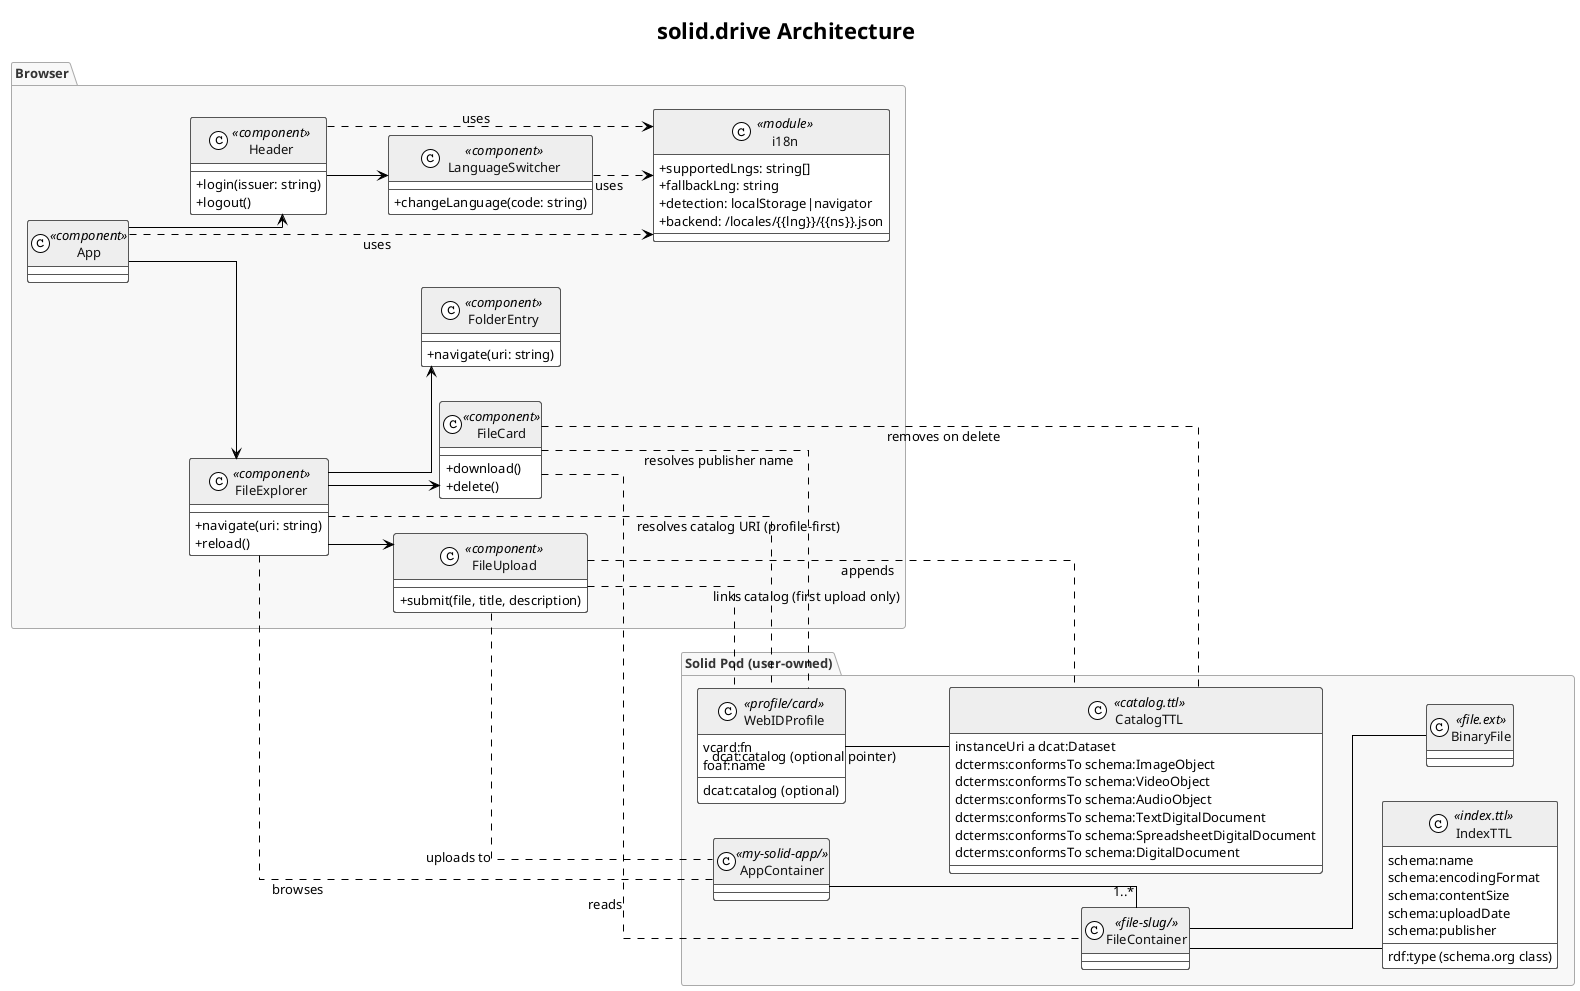
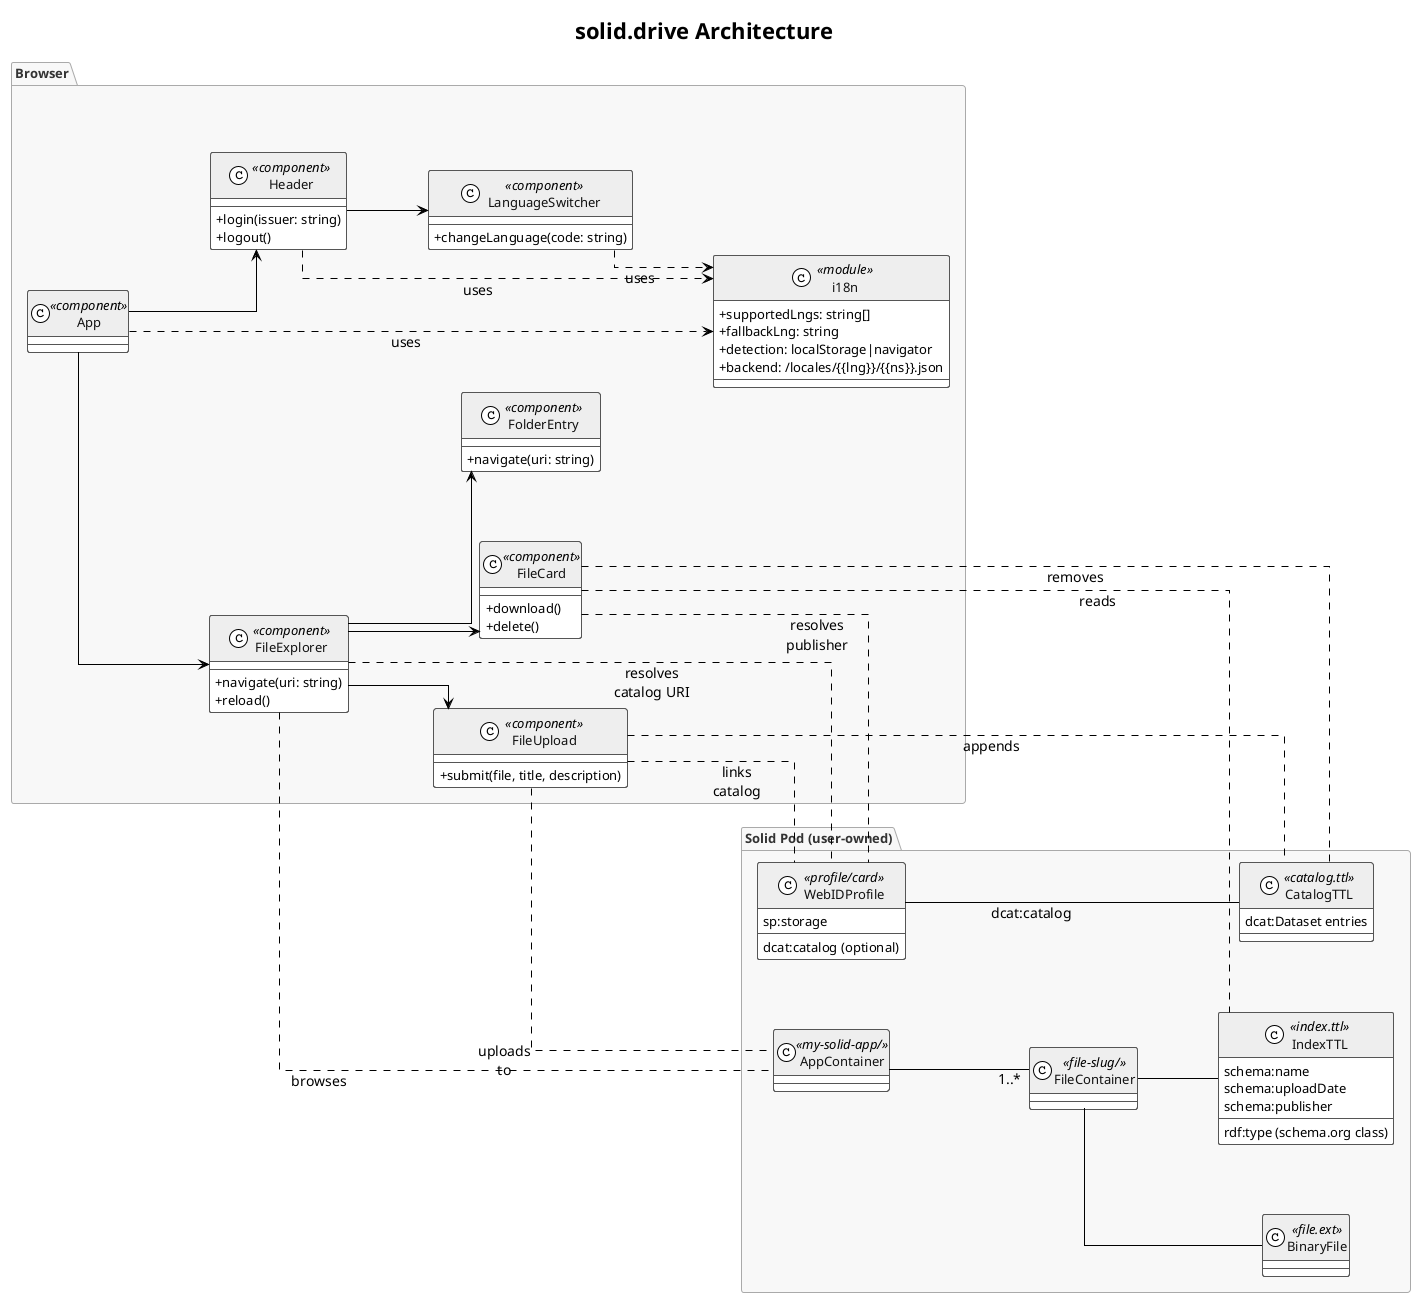
@startuml architecture
title solid.drive Architecture

!theme plain
skinparam defaultFontName sans-serif
skinparam defaultFontSize 13
skinparam classAttributeIconSize 0
skinparam backgroundColor White
skinparam linetype ortho

skinparam class {
  BackgroundColor White
  BorderColor #555555
  FontColor #111111
  HeaderBackgroundColor #EEEEEE
}

skinparam package {
  BackgroundColor #F8F8F8
  BorderColor #AAAAAA
  FontColor #333333
  FontStyle Bold
}
+ 
+ skinparam arrow {
+   Margin 15
+   FontSize 14
+ }
+ 
+ skinparam label {
+   BackgroundColor White
+   FontSize 14
+ }
+ 
+ skinparam nodesep 70
+ skinparam ranksep 80
+ 
+ skinparam linetype ortho

left to right direction

package "Browser" {

  class App <<component>>

  class Header <<component>> {
    +login(issuer: string)
    +logout()
  }

  class LanguageSwitcher <<component>> {
    +changeLanguage(code: string)
  }

  class FileExplorer <<component>> {
    +navigate(uri: string)
    +reload()
  }

  class FileUpload <<component>> {
    +submit(file, title, description)
  }

  class FileCard <<component>> {
    +download()
    +delete()
  }

  class FolderEntry <<component>> {
    +navigate(uri: string)
  }

  class i18n <<module>> {
    +supportedLngs: string[]
    +fallbackLng: string
    +detection: localStorage|navigator
    +backend: /locales/{{lng}}/{{ns}}.json
  }

  App --> Header
  App --> FileExplorer
  Header --> LanguageSwitcher
  FileExplorer --> FileUpload
  FileExplorer --> FileCard
  FileExplorer --> FolderEntry
  App ..> i18n : uses
  Header ..> i18n : uses
  LanguageSwitcher ..> i18n : uses
}

package "Solid Pod (user-owned)" {

  class CatalogTTL <<catalog.ttl>> {
-     instanceUri a dcat:Dataset
-     dcterms:conformsTo schema:ImageObject
-     dcterms:conformsTo schema:VideoObject
-     dcterms:conformsTo schema:AudioObject
-     dcterms:conformsTo schema:TextDigitalDocument
-     dcterms:conformsTo schema:SpreadsheetDigitalDocument
-     dcterms:conformsTo schema:DigitalDocument
+     dcat:Dataset entries
  }

  class AppContainer <<my-solid-app/>>

  class FileContainer <<file-slug/>>

  class IndexTTL <<index.ttl>> {
    rdf:type (schema.org class)
    schema:name
-     schema:encodingFormat
-     schema:contentSize
    schema:uploadDate
    schema:publisher
  }

  class BinaryFile <<file.ext>>

  class WebIDProfile <<profile/card>> {
-     vcard:fn
-     foaf:name
+     sp:storage
    dcat:catalog (optional)
  }
- 
+ }
  AppContainer -- "1..*" FileContainer
  FileContainer -- IndexTTL
  FileContainer -- BinaryFile
-   WebIDProfile -- CatalogTTL : dcat:catalog (optional pointer)
- }
+   WebIDProfile --- CatalogTTL : dcat:catalog

- FileUpload .. CatalogTTL   : appends
- FileUpload .. AppContainer : uploads to
- FileUpload .. WebIDProfile : links catalog (first upload only)
- FileCard .. FileContainer  : reads
- FileCard .. CatalogTTL     : removes on delete
- FileCard .. WebIDProfile   : resolves publisher name
- FileExplorer .. AppContainer : browses
- FileExplorer .. WebIDProfile : resolves catalog URI (profile-first)
+ FileUpload .. CatalogTTL        : appends
+ FileUpload .. AppContainer      : uploads\nto
+ FileUpload .. WebIDProfile      : links\ncatalog
+ 
+ FileCard .. IndexTTL            : reads
+ FileCard .. CatalogTTL          : removes
+ FileCard .down. WebIDProfile   : resolves\npublisher
+ 
+ FileExplorer .. AppContainer    : browses
+ FileExplorer .down. WebIDProfile    : resolves\ncatalog URI

@enduml
